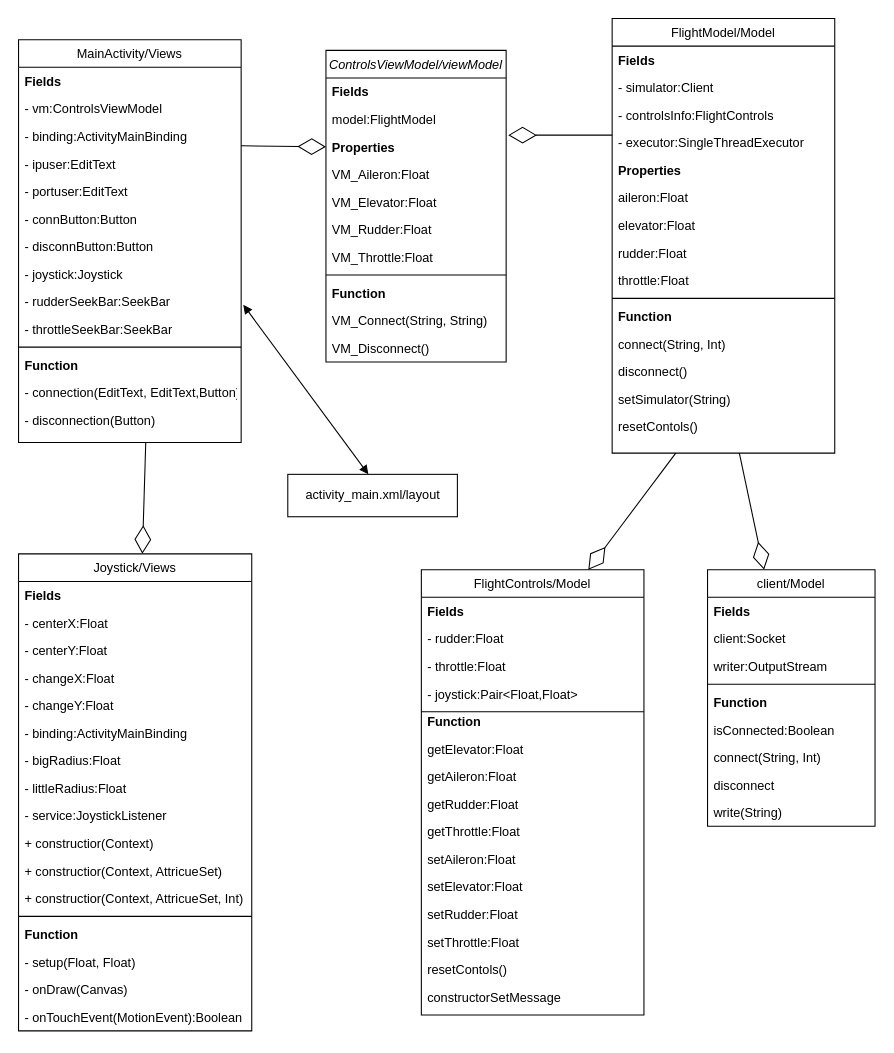
Before: Untitled Diagram.drawio in Linoy345/FlightRemoteJoystick, a draw.io diagram. Source tidied: cells renumbered, new cells numbered last; positions are measured from the earlier drawing's top-left corner, leaving out a move shared by most shapes. Both pictures are drawn from the tidied source at 106%, with x=0, y=0 at pixel (18, 18).
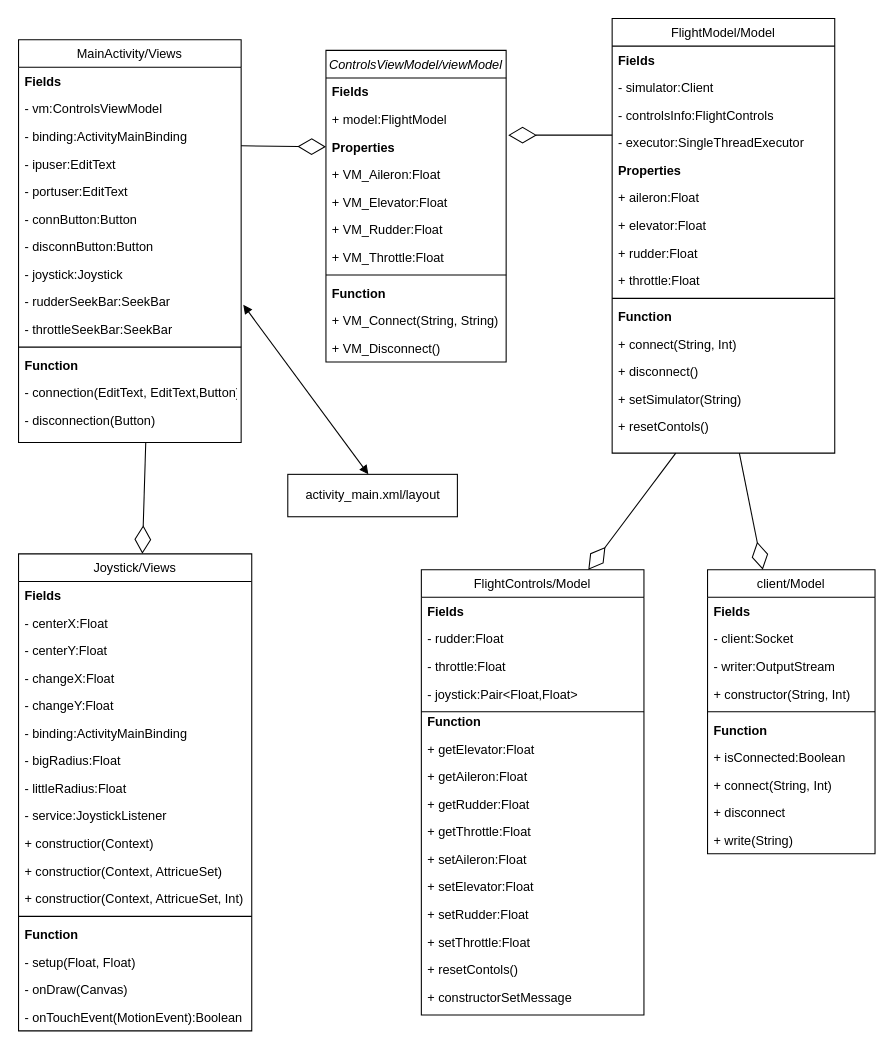
After the change.

The change refers to these unchanged cells:
```xml
<mxCell id="2" value="ControlsViewModel/viewModel" style="swimlane;fontStyle=2;align=center;verticalAlign=top;horizontal=1;startSize=26;rounded=0;shadow=0;strokeWidth=1;" parent="1" vertex="1">
  <mxGeometry x="290" y="30" width="170" height="294" as="geometry" />
</mxCell>
<mxCell id="39" value="FlightModel/Model" style="swimlane;fontStyle=0;align=center;verticalAlign=top;horizontal=1;startSize=26;rounded=0;shadow=0;strokeWidth=1;" parent="1" vertex="1">
  <mxGeometry x="560" width="210" height="410" as="geometry" />
</mxCell>
<mxCell id="55" value="FlightControls/Model" style="swimlane;fontStyle=0;align=center;verticalAlign=top;horizontal=1;startSize=26;rounded=0;shadow=0;strokeWidth=1;" parent="1" vertex="1">
  <mxGeometry x="380" y="520" width="210" height="420" as="geometry" />
</mxCell>
```

Change to the diagram source:
```diff
@@
-    <mxCell id="4" value="model:FlightModel" style="text;align=left;verticalAlign=top;spacingLeft=4;spacingRight=4;overflow=hidden;" parent="2" vertex="1">
+    <mxCell id="4" value="+ model:FlightModel" style="text;align=left;verticalAlign=top;spacingLeft=4;spacingRight=4;overflow=hidden;" parent="2" vertex="1">
       <mxGeometry y="52" width="170" height="26" as="geometry" />
     </mxCell>
@@
-    <mxCell id="6" value="VM_Aileron:Float" style="text;align=left;verticalAlign=top;spacingLeft=4;spacingRight=4;overflow=hidden;" parent="2" vertex="1">
+    <mxCell id="6" value="+ VM_Aileron:Float" style="text;align=left;verticalAlign=top;spacingLeft=4;spacingRight=4;overflow=hidden;" parent="2" vertex="1">
       <mxGeometry y="104" width="170" height="26" as="geometry" />
     </mxCell>
-    <mxCell id="7" value="VM_Elevator:Float" style="text;align=left;verticalAlign=top;spacingLeft=4;spacingRight=4;overflow=hidden;" parent="2" vertex="1">
+    <mxCell id="7" value="+ VM_Elevator:Float" style="text;align=left;verticalAlign=top;spacingLeft=4;spacingRight=4;overflow=hidden;" parent="2" vertex="1">
       <mxGeometry y="130" width="170" height="26" as="geometry" />
     </mxCell>
-    <mxCell id="8" value="VM_Rudder:Float" style="text;align=left;verticalAlign=top;spacingLeft=4;spacingRight=4;overflow=hidden;" parent="2" vertex="1">
+    <mxCell id="8" value="+ VM_Rudder:Float" style="text;align=left;verticalAlign=top;spacingLeft=4;spacingRight=4;overflow=hidden;" parent="2" vertex="1">
       <mxGeometry y="156" width="170" height="26" as="geometry" />
     </mxCell>
-    <mxCell id="9" value="VM_Throttle:Float" style="text;align=left;verticalAlign=top;spacingLeft=4;spacingRight=4;overflow=hidden;" parent="2" vertex="1">
+    <mxCell id="9" value="+ VM_Throttle:Float" style="text;align=left;verticalAlign=top;spacingLeft=4;spacingRight=4;overflow=hidden;" parent="2" vertex="1">
       <mxGeometry y="182" width="170" height="26" as="geometry" />
     </mxCell>
@@
-    <mxCell id="12" value="VM_Connect(String, String)&#10;" style="text;align=left;verticalAlign=top;spacingLeft=4;spacingRight=4;overflow=hidden;" parent="2" vertex="1">
+    <mxCell id="12" value="+ VM_Connect(String, String)&#10;" style="text;align=left;verticalAlign=top;spacingLeft=4;spacingRight=4;overflow=hidden;" parent="2" vertex="1">
       <mxGeometry y="242" width="170" height="26" as="geometry" />
     </mxCell>
-    <mxCell id="13" value="VM_Disconnect()&#10;" style="text;align=left;verticalAlign=top;spacingLeft=4;spacingRight=4;overflow=hidden;" parent="2" vertex="1">
+    <mxCell id="13" value="+ VM_Disconnect()&#10;" style="text;align=left;verticalAlign=top;spacingLeft=4;spacingRight=4;overflow=hidden;" parent="2" vertex="1">
       <mxGeometry y="268" width="170" height="26" as="geometry" />
     </mxCell>
@@
     <mxCell id="29" value="client/Model" style="swimlane;fontStyle=0;align=center;verticalAlign=top;horizontal=1;startSize=26;rounded=0;shadow=0;strokeWidth=1;" parent="1" vertex="1">
-      <mxGeometry x="650" y="520" width="158" height="242" as="geometry" />
+      <mxGeometry x="650" y="520" width="158" height="268" as="geometry" />
     </mxCell>
@@
-    <mxCell id="31" value="client:Socket" style="text;align=left;verticalAlign=top;spacingLeft=4;spacingRight=4;overflow=hidden;" parent="29" vertex="1">
+    <mxCell id="31" value="- client:Socket" style="text;align=left;verticalAlign=top;spacingLeft=4;spacingRight=4;overflow=hidden;" parent="29" vertex="1">
       <mxGeometry y="52" width="158" height="26" as="geometry" />
     </mxCell>
-    <mxCell id="32" value="writer:OutputStream" style="text;align=left;verticalAlign=top;spacingLeft=4;spacingRight=4;overflow=hidden;rounded=0;shadow=0;html=0;" parent="29" vertex="1">
+    <mxCell id="32" value="- writer:OutputStream" style="text;align=left;verticalAlign=top;spacingLeft=4;spacingRight=4;overflow=hidden;rounded=0;shadow=0;html=0;" parent="29" vertex="1">
       <mxGeometry y="78" width="158" height="26" as="geometry" />
     </mxCell>
+    <mxCell id="97" value="+ constructor(String, Int)" style="text;align=left;verticalAlign=top;spacingLeft=4;spacingRight=4;overflow=hidden;" parent="29" vertex="1">
+      <mxGeometry y="104" width="158" height="26" as="geometry" />
+    </mxCell>
     <mxCell id="33" style="line;html=1;strokeWidth=1;align=left;verticalAlign=middle;spacingTop=-1;spacingLeft=3;spacingRight=3;labelPosition=right;" parent="29" vertex="1">
-      <mxGeometry y="104" width="158" height="8" as="geometry" />
+      <mxGeometry y="130" width="158" height="8" as="geometry" />
     </mxCell>
     <mxCell id="34" value="Function" style="text;align=left;verticalAlign=top;spacingLeft=4;spacingRight=4;overflow=hidden;fontStyle=1;" parent="29" vertex="1">
-      <mxGeometry y="112" width="158" height="26" as="geometry" />
+      <mxGeometry y="138" width="158" height="26" as="geometry" />
     </mxCell>
-    <mxCell id="35" value="isConnected:Boolean" style="text;align=left;verticalAlign=top;spacingLeft=4;spacingRight=4;overflow=hidden;" parent="29" vertex="1">
-      <mxGeometry y="138" width="158" height="26" as="geometry" />
+    <mxCell id="35" value="+ isConnected:Boolean" style="text;align=left;verticalAlign=top;spacingLeft=4;spacingRight=4;overflow=hidden;" parent="29" vertex="1">
+      <mxGeometry y="164" width="158" height="26" as="geometry" />
     </mxCell>
-    <mxCell id="36" value="connect(String, Int)" style="text;align=left;verticalAlign=top;spacingLeft=4;spacingRight=4;overflow=hidden;" parent="29" vertex="1">
-      <mxGeometry y="164" width="158" height="26" as="geometry" />
+    <mxCell id="36" value="+ connect(String, Int)" style="text;align=left;verticalAlign=top;spacingLeft=4;spacingRight=4;overflow=hidden;" parent="29" vertex="1">
+      <mxGeometry y="190" width="158" height="26" as="geometry" />
     </mxCell>
-    <mxCell id="37" value="disconnect" style="text;align=left;verticalAlign=top;spacingLeft=4;spacingRight=4;overflow=hidden;" parent="29" vertex="1">
-      <mxGeometry y="190" width="158" height="26" as="geometry" />
+    <mxCell id="37" value="+ disconnect" style="text;align=left;verticalAlign=top;spacingLeft=4;spacingRight=4;overflow=hidden;" parent="29" vertex="1">
+      <mxGeometry y="216" width="158" height="26" as="geometry" />
     </mxCell>
-    <mxCell id="38" value="write(String)" style="text;align=left;verticalAlign=top;spacingLeft=4;spacingRight=4;overflow=hidden;" parent="29" vertex="1">
-      <mxGeometry y="216" width="158" height="26" as="geometry" />
+    <mxCell id="38" value="+ write(String)" style="text;align=left;verticalAlign=top;spacingLeft=4;spacingRight=4;overflow=hidden;" parent="29" vertex="1">
+      <mxGeometry y="242" width="158" height="26" as="geometry" />
     </mxCell>
@@
-    <mxCell id="45" value="aileron:Float" style="text;align=left;verticalAlign=top;spacingLeft=4;spacingRight=4;overflow=hidden;fontStyle=0;" parent="39" vertex="1">
+    <mxCell id="45" value="+ aileron:Float" style="text;align=left;verticalAlign=top;spacingLeft=4;spacingRight=4;overflow=hidden;fontStyle=0;" parent="39" vertex="1">
       <mxGeometry y="156" width="210" height="26" as="geometry" />
     </mxCell>
-    <mxCell id="46" value="elevator:Float" style="text;align=left;verticalAlign=top;spacingLeft=4;spacingRight=4;overflow=hidden;fontStyle=0;" parent="39" vertex="1">
+    <mxCell id="46" value="+ elevator:Float" style="text;align=left;verticalAlign=top;spacingLeft=4;spacingRight=4;overflow=hidden;fontStyle=0;" parent="39" vertex="1">
       <mxGeometry y="182" width="210" height="26" as="geometry" />
     </mxCell>
-    <mxCell id="47" value="rudder:Float" style="text;align=left;verticalAlign=top;spacingLeft=4;spacingRight=4;overflow=hidden;fontStyle=0;" parent="39" vertex="1">
+    <mxCell id="47" value="+ rudder:Float" style="text;align=left;verticalAlign=top;spacingLeft=4;spacingRight=4;overflow=hidden;fontStyle=0;" parent="39" vertex="1">
       <mxGeometry y="208" width="210" height="26" as="geometry" />
     </mxCell>
-    <mxCell id="48" value="throttle:Float" style="text;align=left;verticalAlign=top;spacingLeft=4;spacingRight=4;overflow=hidden;fontStyle=0;" parent="39" vertex="1">
+    <mxCell id="48" value="+ throttle:Float" style="text;align=left;verticalAlign=top;spacingLeft=4;spacingRight=4;overflow=hidden;fontStyle=0;" parent="39" vertex="1">
       <mxGeometry y="234" width="210" height="26" as="geometry" />
     </mxCell>
@@
-    <mxCell id="51" value="connect(String, Int)" style="text;align=left;verticalAlign=top;spacingLeft=4;spacingRight=4;overflow=hidden;fontStyle=0;" parent="39" vertex="1">
+    <mxCell id="51" value="+ connect(String, Int)" style="text;align=left;verticalAlign=top;spacingLeft=4;spacingRight=4;overflow=hidden;fontStyle=0;" parent="39" vertex="1">
       <mxGeometry y="294" width="210" height="26" as="geometry" />
     </mxCell>
-    <mxCell id="52" value="disconnect()" style="text;align=left;verticalAlign=top;spacingLeft=4;spacingRight=4;overflow=hidden;fontStyle=0;" parent="39" vertex="1">
+    <mxCell id="52" value="+ disconnect()" style="text;align=left;verticalAlign=top;spacingLeft=4;spacingRight=4;overflow=hidden;fontStyle=0;" parent="39" vertex="1">
       <mxGeometry y="320" width="210" height="26" as="geometry" />
     </mxCell>
-    <mxCell id="53" value="setSimulator(String)" style="text;align=left;verticalAlign=top;spacingLeft=4;spacingRight=4;overflow=hidden;fontStyle=0;" parent="39" vertex="1">
+    <mxCell id="53" value="+ setSimulator(String)" style="text;align=left;verticalAlign=top;spacingLeft=4;spacingRight=4;overflow=hidden;fontStyle=0;" parent="39" vertex="1">
       <mxGeometry y="346" width="210" height="26" as="geometry" />
     </mxCell>
-    <mxCell id="54" value="resetContols()" style="text;align=left;verticalAlign=top;spacingLeft=4;spacingRight=4;overflow=hidden;fontStyle=0;" parent="39" vertex="1">
+    <mxCell id="54" value="+ resetContols()" style="text;align=left;verticalAlign=top;spacingLeft=4;spacingRight=4;overflow=hidden;fontStyle=0;" parent="39" vertex="1">
       <mxGeometry y="372" width="210" height="26" as="geometry" />
     </mxCell>
@@
-    <mxCell id="61" value="getElevator:Float" style="text;align=left;verticalAlign=top;spacingLeft=4;spacingRight=4;overflow=hidden;fontStyle=0;" parent="55" vertex="1">
+    <mxCell id="61" value="+ getElevator:Float" style="text;align=left;verticalAlign=top;spacingLeft=4;spacingRight=4;overflow=hidden;fontStyle=0;" parent="55" vertex="1">
       <mxGeometry y="156" width="210" height="26" as="geometry" />
     </mxCell>
-    <mxCell id="62" value="getAileron:Float" style="text;align=left;verticalAlign=top;spacingLeft=4;spacingRight=4;overflow=hidden;fontStyle=0;" parent="55" vertex="1">
+    <mxCell id="62" value="+ getAileron:Float" style="text;align=left;verticalAlign=top;spacingLeft=4;spacingRight=4;overflow=hidden;fontStyle=0;" parent="55" vertex="1">
       <mxGeometry y="182" width="210" height="26" as="geometry" />
     </mxCell>
-    <mxCell id="63" value="getRudder:Float" style="text;align=left;verticalAlign=top;spacingLeft=4;spacingRight=4;overflow=hidden;fontStyle=0;" parent="55" vertex="1">
+    <mxCell id="63" value="+ getRudder:Float" style="text;align=left;verticalAlign=top;spacingLeft=4;spacingRight=4;overflow=hidden;fontStyle=0;" parent="55" vertex="1">
       <mxGeometry y="208" width="210" height="26" as="geometry" />
     </mxCell>
-    <mxCell id="64" value="getThrottle:Float" style="text;align=left;verticalAlign=top;spacingLeft=4;spacingRight=4;overflow=hidden;fontStyle=0;" parent="55" vertex="1">
+    <mxCell id="64" value="+ getThrottle:Float" style="text;align=left;verticalAlign=top;spacingLeft=4;spacingRight=4;overflow=hidden;fontStyle=0;" parent="55" vertex="1">
       <mxGeometry y="234" width="210" height="26" as="geometry" />
     </mxCell>
-    <mxCell id="65" value="setAileron:Float" style="text;align=left;verticalAlign=top;spacingLeft=4;spacingRight=4;overflow=hidden;fontStyle=0;" parent="55" vertex="1">
+    <mxCell id="65" value="+ setAileron:Float" style="text;align=left;verticalAlign=top;spacingLeft=4;spacingRight=4;overflow=hidden;fontStyle=0;" parent="55" vertex="1">
       <mxGeometry y="260" width="210" height="26" as="geometry" />
     </mxCell>
-    <mxCell id="66" value="setElevator:Float" style="text;align=left;verticalAlign=top;spacingLeft=4;spacingRight=4;overflow=hidden;fontStyle=0;" parent="55" vertex="1">
+    <mxCell id="66" value="+ setElevator:Float" style="text;align=left;verticalAlign=top;spacingLeft=4;spacingRight=4;overflow=hidden;fontStyle=0;" parent="55" vertex="1">
       <mxGeometry y="286" width="210" height="26" as="geometry" />
     </mxCell>
-    <mxCell id="67" value="setRudder:Float" style="text;align=left;verticalAlign=top;spacingLeft=4;spacingRight=4;overflow=hidden;fontStyle=0;" parent="55" vertex="1">
+    <mxCell id="67" value="+ setRudder:Float" style="text;align=left;verticalAlign=top;spacingLeft=4;spacingRight=4;overflow=hidden;fontStyle=0;" parent="55" vertex="1">
       <mxGeometry y="312" width="210" height="26" as="geometry" />
     </mxCell>
-    <mxCell id="68" value="setThrottle:Float" style="text;align=left;verticalAlign=top;spacingLeft=4;spacingRight=4;overflow=hidden;fontStyle=0;" parent="55" vertex="1">
+    <mxCell id="68" value="+ setThrottle:Float" style="text;align=left;verticalAlign=top;spacingLeft=4;spacingRight=4;overflow=hidden;fontStyle=0;" parent="55" vertex="1">
       <mxGeometry y="338" width="210" height="26" as="geometry" />
     </mxCell>
-    <mxCell id="69" value="resetContols()" style="text;align=left;verticalAlign=top;spacingLeft=4;spacingRight=4;overflow=hidden;fontStyle=0;" parent="55" vertex="1">
+    <mxCell id="69" value="+ resetContols()" style="text;align=left;verticalAlign=top;spacingLeft=4;spacingRight=4;overflow=hidden;fontStyle=0;" parent="55" vertex="1">
       <mxGeometry y="364" width="210" height="26" as="geometry" />
     </mxCell>
-    <mxCell id="70" value="constructorSetMessage" style="text;align=left;verticalAlign=top;spacingLeft=4;spacingRight=4;overflow=hidden;fontStyle=0;" parent="55" vertex="1">
+    <mxCell id="70" value="+ constructorSetMessage" style="text;align=left;verticalAlign=top;spacingLeft=4;spacingRight=4;overflow=hidden;fontStyle=0;" parent="55" vertex="1">
       <mxGeometry y="390" width="210" height="26" as="geometry" />
     </mxCell>
```
